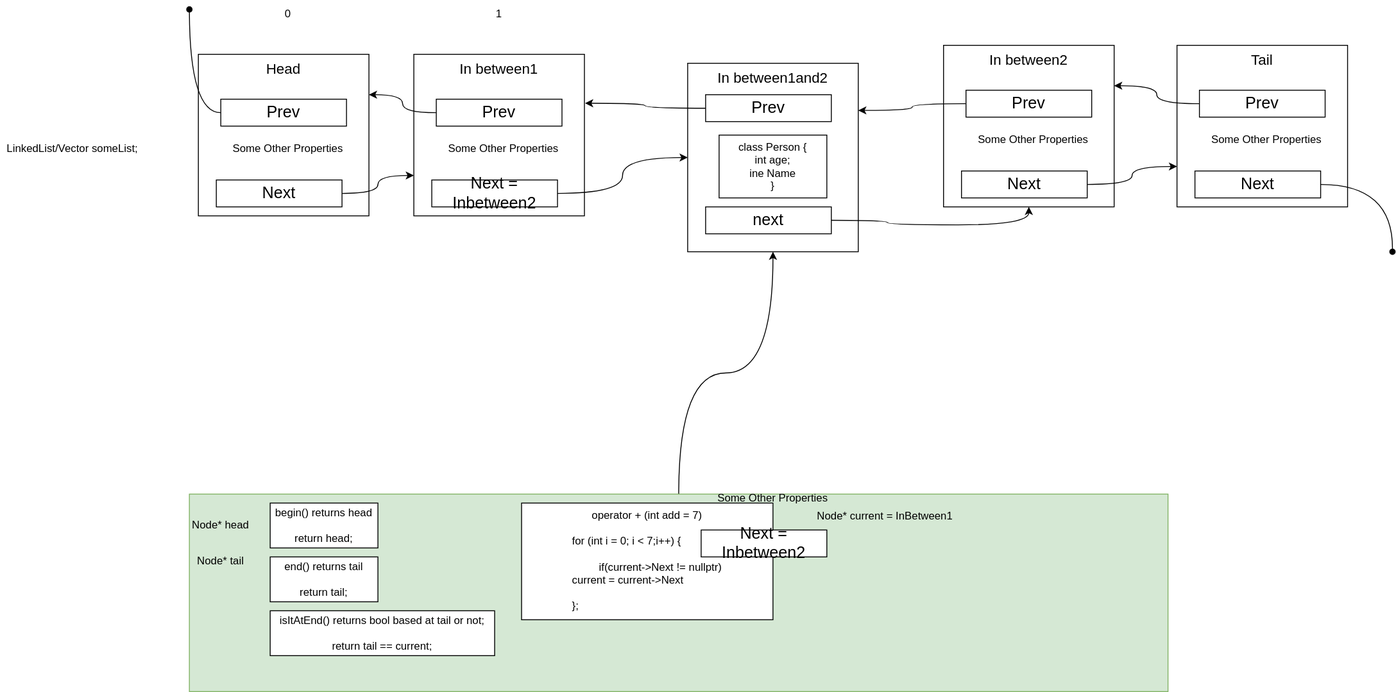
Above: linkedlist.drawio.svg in vjavle/architecture (draw.io), before the change. Source tidied: cells renumbered, new cells last; positions are measured from the earlier drawing's top-left corner, leaving out a move shared by most shapes.
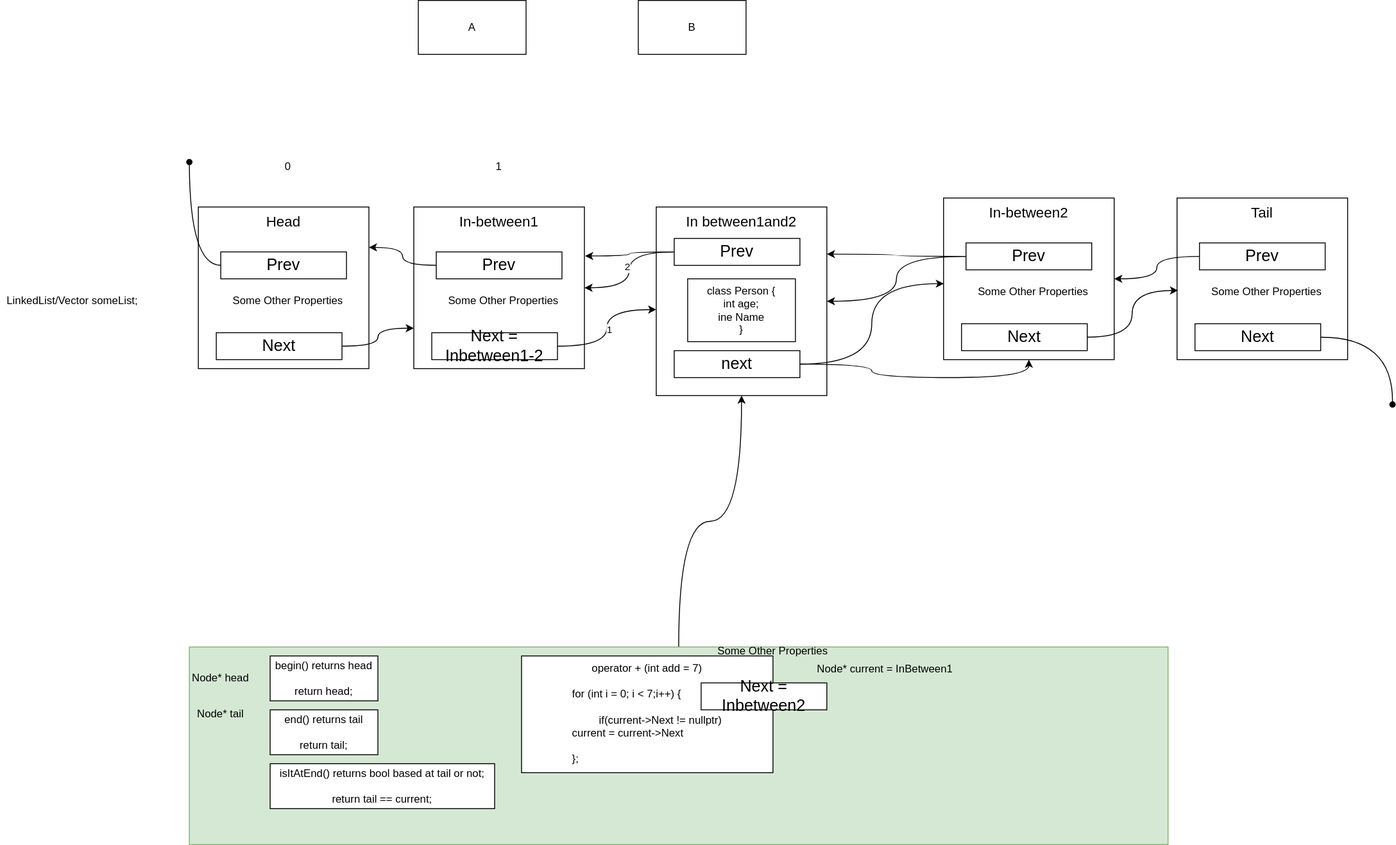
Later version of the same file.

What changed in the source:
```diff
@@ -31,13 +31,13 @@
     <mxCell id="10" style="group;" parent="1" vertex="1">
       <mxGeometry x="460" y="60" width="190" height="180" as="geometry" />
     </mxCell>
-    <mxCell id="11" value="In between1" style="rounded=0;whiteSpace=wrap;html=1;fontSize=16;verticalAlign=top;" parent="10" vertex="1">
+    <mxCell id="11" value="In-between1" style="rounded=0;whiteSpace=wrap;html=1;fontSize=16;verticalAlign=top;" parent="10" vertex="1">
       <mxGeometry width="190" height="180" as="geometry" />
     </mxCell>
     <mxCell id="12" value="Prev" style="rounded=0;whiteSpace=wrap;html=1;fontSize=18;" parent="10" vertex="1">
       <mxGeometry x="25" y="50" width="140" height="30" as="geometry" />
     </mxCell>
-    <mxCell id="13" value="Next = Inbetween2" style="rounded=0;whiteSpace=wrap;html=1;fontSize=18;" parent="10" vertex="1">
+    <mxCell id="13" value="Next = Inbetween1-2" style="rounded=0;whiteSpace=wrap;html=1;fontSize=18;" parent="10" vertex="1">
       <mxGeometry x="20" y="140" width="140" height="30" as="geometry" />
     </mxCell>
     <mxCell id="14" value="Some Other Properties" style="text;html=1;align=center;verticalAlign=middle;whiteSpace=wrap;rounded=0;" parent="10" vertex="1">
@@ -46,7 +46,7 @@
     <mxCell id="15" style="group;" parent="1" vertex="1">
       <mxGeometry x="1050" y="50" width="190" height="180" as="geometry" />
     </mxCell>
-    <mxCell id="16" value="In between2" style="rounded=0;whiteSpace=wrap;html=1;fontSize=16;verticalAlign=top;" parent="15" vertex="1">
+    <mxCell id="16" value="In-between2" style="rounded=0;whiteSpace=wrap;html=1;fontSize=16;verticalAlign=top;" parent="15" vertex="1">
       <mxGeometry width="190" height="180" as="geometry" />
     </mxCell>
     <mxCell id="17" value="Prev" style="rounded=0;whiteSpace=wrap;html=1;fontSize=18;" parent="15" vertex="1">
@@ -84,12 +84,9 @@
     <mxCell id="27" style="edgeStyle=orthogonalEdgeStyle;curved=1;rounded=0;jettySize=auto;html=1;entryX=1;entryY=0.25;entryDx=0;entryDy=0;" parent="1" edge="1" source="12" target="5">
       <mxGeometry relative="1" as="geometry" />
     </mxCell>
-    <mxCell id="28" style="edgeStyle=orthogonalEdgeStyle;curved=1;rounded=0;jettySize=auto;html=1;entryX=1;entryY=0.25;entryDx=0;entryDy=0;" parent="1" edge="1" source="22" target="16">
+    <mxCell id="28" style="edgeStyle=orthogonalEdgeStyle;curved=1;rounded=0;jettySize=auto;html=1;entryX=1;entryY=0.5;entryDx=0;entryDy=0;" parent="1" edge="1" source="22" target="16">
       <mxGeometry relative="1" as="geometry" />
     </mxCell>
-    <mxCell id="29" style="edgeStyle=orthogonalEdgeStyle;curved=1;rounded=0;jettySize=auto;html=1;entryX=0;entryY=0.75;entryDx=0;entryDy=0;" parent="1" edge="1" source="18" target="21">
-      <mxGeometry relative="1" as="geometry" />
-    </mxCell>
     <mxCell id="30" value="begin() returns head&lt;div&gt;&lt;br&gt;&lt;/div&gt;&lt;div&gt;return head;&lt;/div&gt;" style="rounded=0;whiteSpace=wrap;html=1;" parent="1" vertex="1">
       <mxGeometry x="300" y="560" width="120" height="50" as="geometry" />
     </mxCell>
@@ -121,34 +118,58 @@
       <mxGeometry x="525" width="60" height="30" as="geometry" />
     </mxCell>
     <mxCell id="40" value="In between1and2" style="rounded=0;whiteSpace=wrap;html=1;fontSize=16;verticalAlign=top;" parent="1" vertex="1">
-      <mxGeometry x="765" y="70" width="190" height="210" as="geometry" />
+      <mxGeometry x="730" y="60" width="190" height="210" as="geometry" />
     </mxCell>
+    <mxCell id="50" style="edgeStyle=orthogonalEdgeStyle;curved=1;rounded=0;jettySize=auto;html=1;entryX=1;entryY=0.5;entryDx=0;entryDy=0;" parent="1" edge="1" source="41" target="11">
+      <mxGeometry relative="1" as="geometry" />
+    </mxCell>
+    <mxCell id="51" value="2" style="edgeLabel;html=1;align=center;verticalAlign=middle;" parent="50" vertex="1">
+      <mxGeometry x="-0.06" y="-3" relative="1" as="geometry" />
+    </mxCell>
     <mxCell id="41" value="Prev" style="rounded=0;whiteSpace=wrap;html=1;fontSize=18;" parent="1" vertex="1">
-      <mxGeometry x="785" y="105" width="140" height="30" as="geometry" />
+      <mxGeometry x="750" y="95" width="140" height="30" as="geometry" />
     </mxCell>
+    <mxCell id="43" value="Some Other Properties" style="text;html=1;align=center;verticalAlign=middle;whiteSpace=wrap;rounded=0;" parent="1" vertex="1">
+      <mxGeometry x="790" y="540" width="140" height="30" as="geometry" />
+    </mxCell>
     <mxCell id="42" value="Next = Inbetween2" style="rounded=0;whiteSpace=wrap;html=1;fontSize=18;" parent="1" vertex="1">
       <mxGeometry x="780" y="590" width="140" height="30" as="geometry" />
     </mxCell>
-    <mxCell id="43" value="Some Other Properties" style="text;html=1;align=center;verticalAlign=middle;whiteSpace=wrap;rounded=0;" parent="1" vertex="1">
-      <mxGeometry x="790" y="540" width="140" height="30" as="geometry" />
-    </mxCell>
+    <mxCell id="45" value="next" style="rounded=0;whiteSpace=wrap;html=1;fontSize=18;" parent="1" vertex="1">
+      <mxGeometry x="750" y="220" width="140" height="30" as="geometry" />
+    </mxCell>
     <mxCell id="44" style="edgeStyle=orthogonalEdgeStyle;curved=1;rounded=0;jettySize=auto;html=1;entryX=0.5;entryY=1;entryDx=0;entryDy=0;" parent="1" edge="1" source="45" target="16">
       <mxGeometry relative="1" as="geometry" />
     </mxCell>
-    <mxCell id="45" value="next" style="rounded=0;whiteSpace=wrap;html=1;fontSize=18;" parent="1" vertex="1">
-      <mxGeometry x="785" y="230" width="140" height="30" as="geometry" />
-    </mxCell>
-    <mxCell id="46" style="edgeStyle=orthogonalEdgeStyle;curved=1;rounded=0;jettySize=auto;html=1;entryX=0;entryY=0.5;entryDx=0;entryDy=0;" parent="1" edge="1" source="13" target="40">
+    <mxCell id="46" style="edgeStyle=orthogonalEdgeStyle;curved=1;rounded=0;jettySize=auto;html=1;entryX=0;entryY=0.544;entryDx=0;entryDy=0;entryPerimeter=0;" parent="1" edge="1" source="13" target="40">
       <mxGeometry relative="1" as="geometry" />
     </mxCell>
+    <mxCell id="52" value="1" style="edgeLabel;html=1;align=center;verticalAlign=middle;" parent="46" vertex="1">
+      <mxGeometry x="-0.02" y="-2" relative="1" as="geometry" />
+    </mxCell>
+    <mxCell id="48" value="&lt;div&gt;class Person {&lt;/div&gt;int age;&lt;div&gt;ine Name&lt;/div&gt;&lt;div&gt;}&lt;/div&gt;" style="rounded=0;whiteSpace=wrap;html=1;" parent="1" vertex="1">
+      <mxGeometry x="765" y="140" width="120" height="70" as="geometry" />
+    </mxCell>
     <mxCell id="47" style="edgeStyle=orthogonalEdgeStyle;curved=1;rounded=0;jettySize=auto;html=1;entryX=1;entryY=0.25;entryDx=0;entryDy=0;" parent="1" edge="1" source="17" target="40">
       <mxGeometry relative="1" as="geometry" />
     </mxCell>
-    <mxCell id="48" value="&lt;div&gt;class Person {&lt;/div&gt;int age;&lt;div&gt;ine Name&lt;/div&gt;&lt;div&gt;}&lt;/div&gt;" style="rounded=0;whiteSpace=wrap;html=1;" parent="1" vertex="1">
-      <mxGeometry x="800" y="150" width="120" height="70" as="geometry" />
-    </mxCell>
+    <mxCell id="29" style="edgeStyle=orthogonalEdgeStyle;curved=1;rounded=0;jettySize=auto;html=1;entryX=0.006;entryY=0.572;entryDx=0;entryDy=0;entryPerimeter=0;" parent="1" edge="1" source="18" target="21">
+      <mxGeometry relative="1" as="geometry" />
+    </mxCell>
     <mxCell id="49" style="edgeStyle=orthogonalEdgeStyle;curved=1;rounded=0;jettySize=auto;html=1;entryX=1.004;entryY=0.303;entryDx=0;entryDy=0;entryPerimeter=0;" parent="1" edge="1" source="41" target="11">
       <mxGeometry relative="1" as="geometry" />
     </mxCell>
+    <mxCell id="53" style="edgeStyle=orthogonalEdgeStyle;curved=1;rounded=0;jettySize=auto;html=1;" parent="1" edge="1" source="17" target="40">
+      <mxGeometry relative="1" as="geometry" />
+    </mxCell>
+    <mxCell id="54" style="edgeStyle=orthogonalEdgeStyle;curved=1;rounded=0;jettySize=auto;html=1;entryX=0.002;entryY=0.53;entryDx=0;entryDy=0;entryPerimeter=0;" parent="1" edge="1" source="45" target="16">
+      <mxGeometry relative="1" as="geometry" />
+    </mxCell>
+    <mxCell id="55" value="A" style="rounded=0;whiteSpace=wrap;html=1;" parent="1" vertex="1">
+      <mxGeometry x="465" y="-170" width="120" height="60" as="geometry" />
+    </mxCell>
+    <mxCell id="56" value="B" style="rounded=0;whiteSpace=wrap;html=1;" parent="1" vertex="1">
+      <mxGeometry x="710" y="-170" width="120" height="60" as="geometry" />
+    </mxCell>
   </root>
 </mxGraphModel>
```
